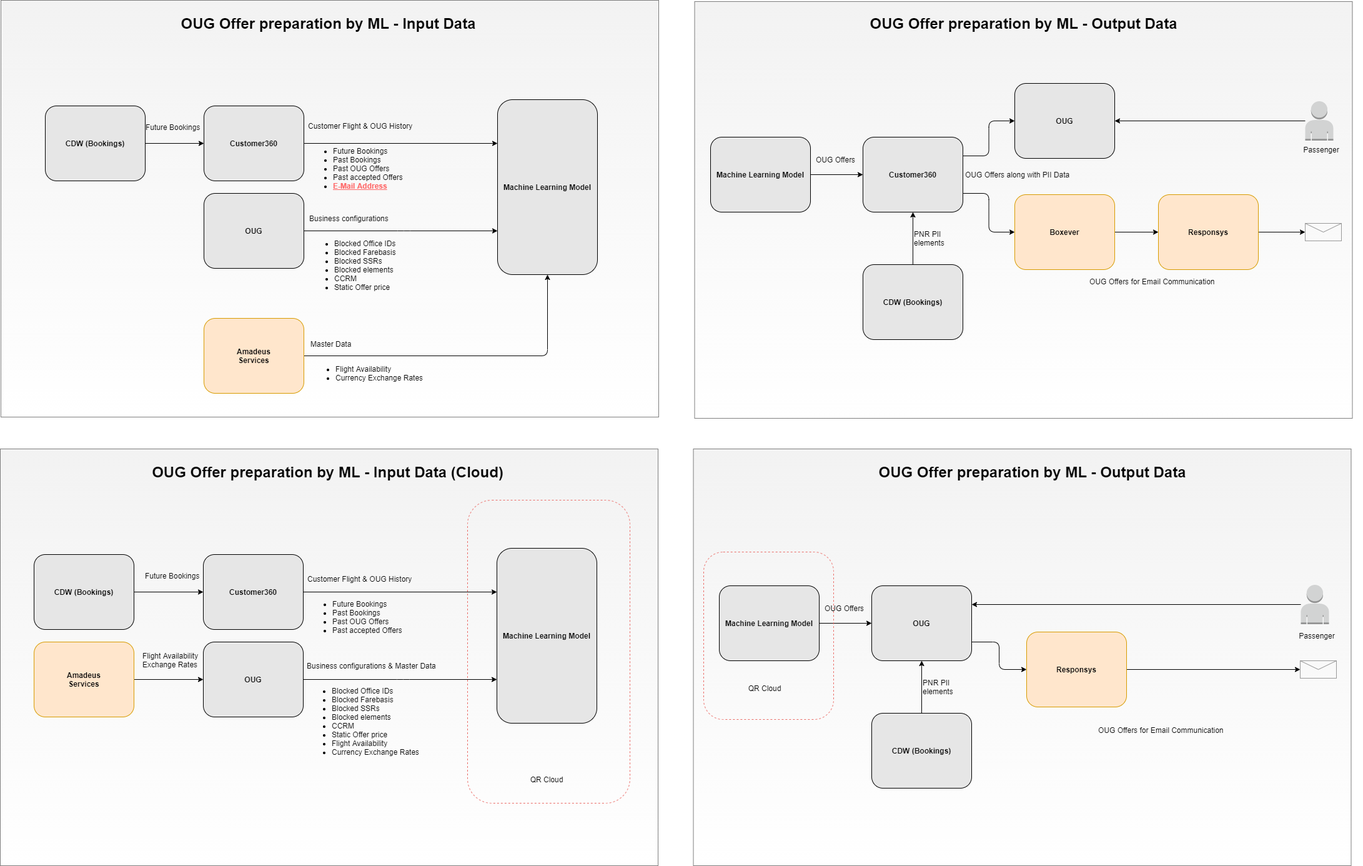
Earlier version of the draw.io export OUG ML.drawio.png (NarendraGangineni/mycode). Source tidied: cells renumbered, new cells last; positions are measured from the earlier drawing's top-left corner, leaving out a move shared by most shapes.
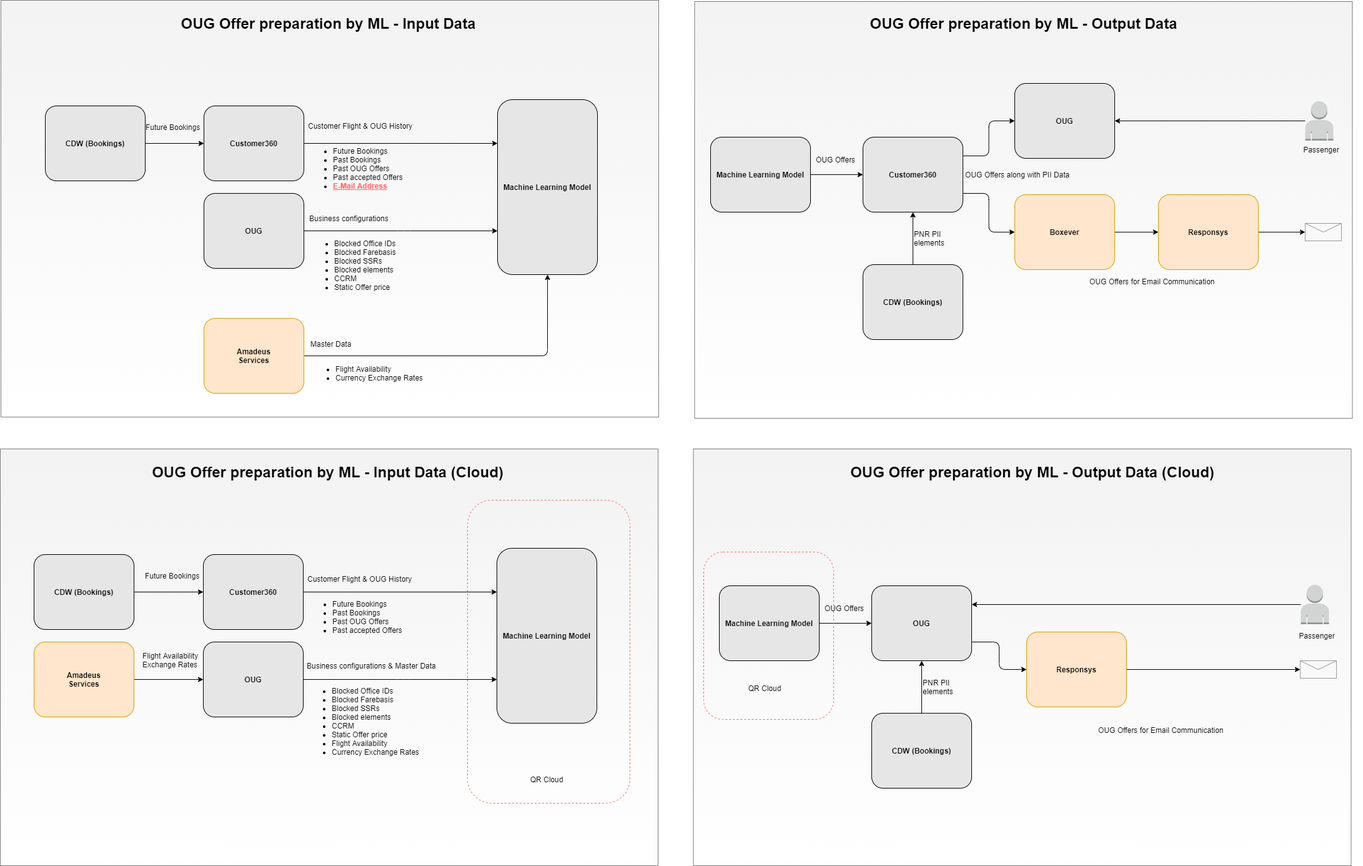
After the change.

What changed in the source:
```diff
@@ -189,7 +189,7 @@
     <mxCell id="60" style="rounded=0;whiteSpace=wrap;html=1;strokeColor=default;fillColor=#E6E6E6;align=left;gradientColor=#ffffff;glass=0;sketch=0;shadow=0;opacity=50;" parent="59" vertex="1">
       <mxGeometry x="-18.5" width="1053" height="667" as="geometry" />
     </mxCell>
-    <mxCell id="61" value="OUG Offer preparation by ML - Output Data" style="text;strokeColor=none;fillColor=none;html=1;fontSize=24;fontStyle=1;verticalAlign=middle;align=center;" parent="59" vertex="1">
+    <mxCell id="61" value="OUG Offer preparation by ML - Output Data (Cloud)" style="text;strokeColor=none;fillColor=none;html=1;fontSize=24;fontStyle=1;verticalAlign=middle;align=center;" parent="59" vertex="1">
       <mxGeometry x="79" y="17" width="890" height="40" as="geometry" />
     </mxCell>
     <mxCell id="62" style="edgeStyle=orthogonalEdgeStyle;rounded=1;jettySize=auto;html=1;exitX=1;exitY=0.75;exitDx=0;exitDy=0;startArrow=none;startFill=0;strokeWidth=1;fillColor=none;entryX=0;entryY=0.5;entryDx=0;entryDy=0;" parent="59" edge="1" source="64" target="70">
```
